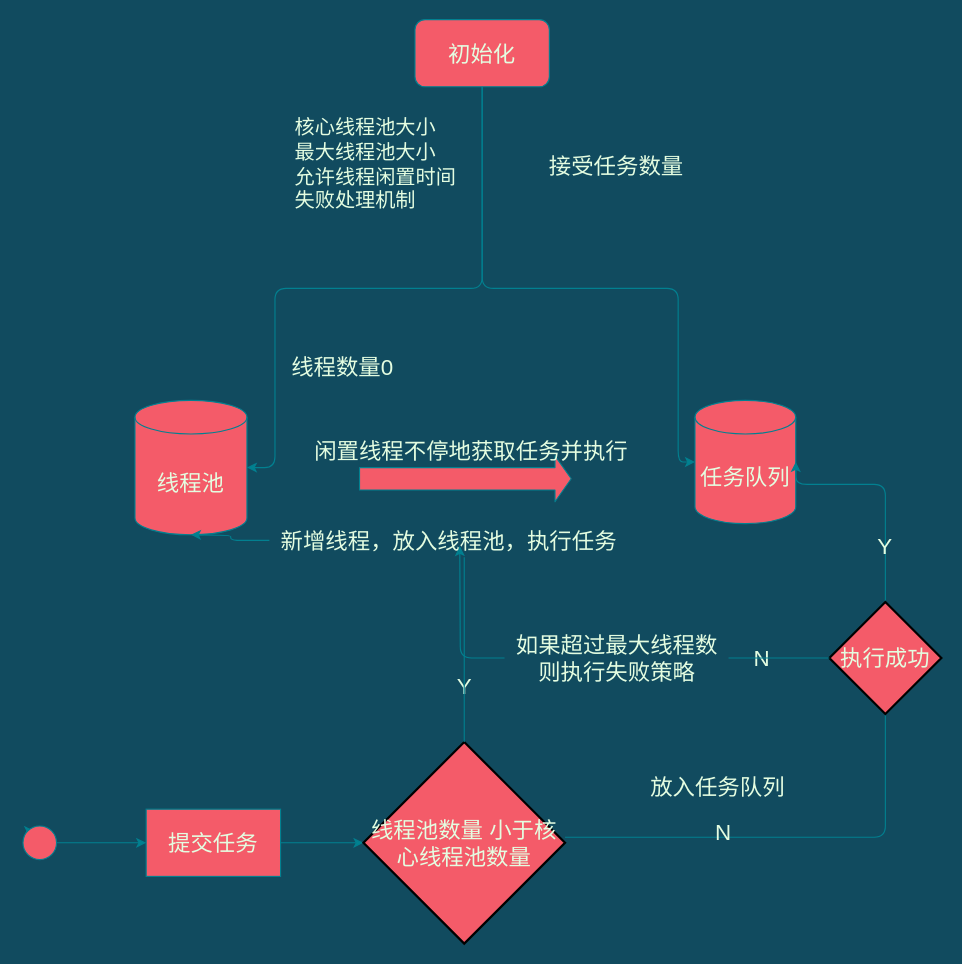
sKyanfIre/uml keeps this draw.io diagram as 线程池工作原理概括.drawio. Above is the earlier version. Source tidied: cells renumbered, new cells numbered last; positions are measured from the earlier drawing's top-left corner, leaving out a move shared by most shapes. Both pictures are drawn from the tidied source at 112%, with x=0, y=0 at pixel (22, 19).
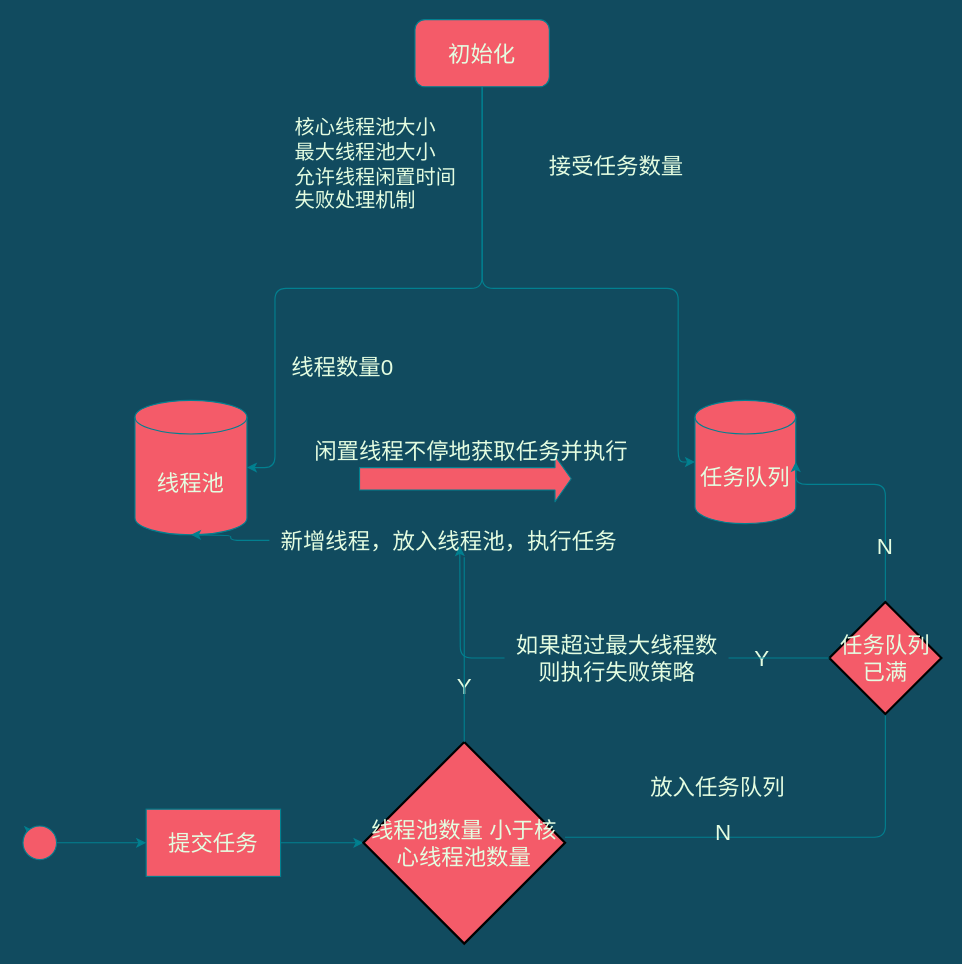
The same diagram, later.

Commit message (it also covers changes not shown here):
Update 线程池工作原理概括.drawio

What changed in the source:
```diff
@@
-    <mxCell id="24" value="执行成功" style="strokeWidth=2;html=1;shape=mxgraph.flowchart.decision;whiteSpace=wrap;rounded=0;sketch=0;fontSize=20;fontColor=#E4FDE1;fillColor=#F45B69;align=center;" parent="1" vertex="1">
+    <mxCell id="24" value="任务队列已满" style="strokeWidth=2;html=1;shape=mxgraph.flowchart.decision;whiteSpace=wrap;rounded=0;sketch=0;fontSize=20;fontColor=#E4FDE1;fillColor=#F45B69;align=center;" parent="1" vertex="1">
       <mxGeometry x="720" y="520" width="100" height="100" as="geometry" />
     </mxCell>
-    <mxCell id="25" value="Y" style="text;html=1;strokeColor=none;fillColor=none;align=center;verticalAlign=middle;whiteSpace=wrap;rounded=0;sketch=0;fontSize=20;fontColor=#E4FDE1;" parent="1" vertex="1">
+    <mxCell id="25" value="N" style="text;html=1;strokeColor=none;fillColor=none;align=center;verticalAlign=middle;whiteSpace=wrap;rounded=0;sketch=0;fontSize=20;fontColor=#E4FDE1;" parent="1" vertex="1">
       <mxGeometry x="750" y="460" width="40" height="20" as="geometry" />
     </mxCell>
-    <mxCell id="26" value="N" style="text;html=1;strokeColor=none;fillColor=none;align=center;verticalAlign=middle;whiteSpace=wrap;rounded=0;sketch=0;fontSize=20;fontColor=#E4FDE1;" parent="1" vertex="1">
+    <mxCell id="26" value="Y" style="text;html=1;strokeColor=none;fillColor=none;align=center;verticalAlign=middle;whiteSpace=wrap;rounded=0;sketch=0;fontSize=20;fontColor=#E4FDE1;" parent="1" vertex="1">
       <mxGeometry x="640" y="560" width="40" height="20" as="geometry" />
     </mxCell>
```
